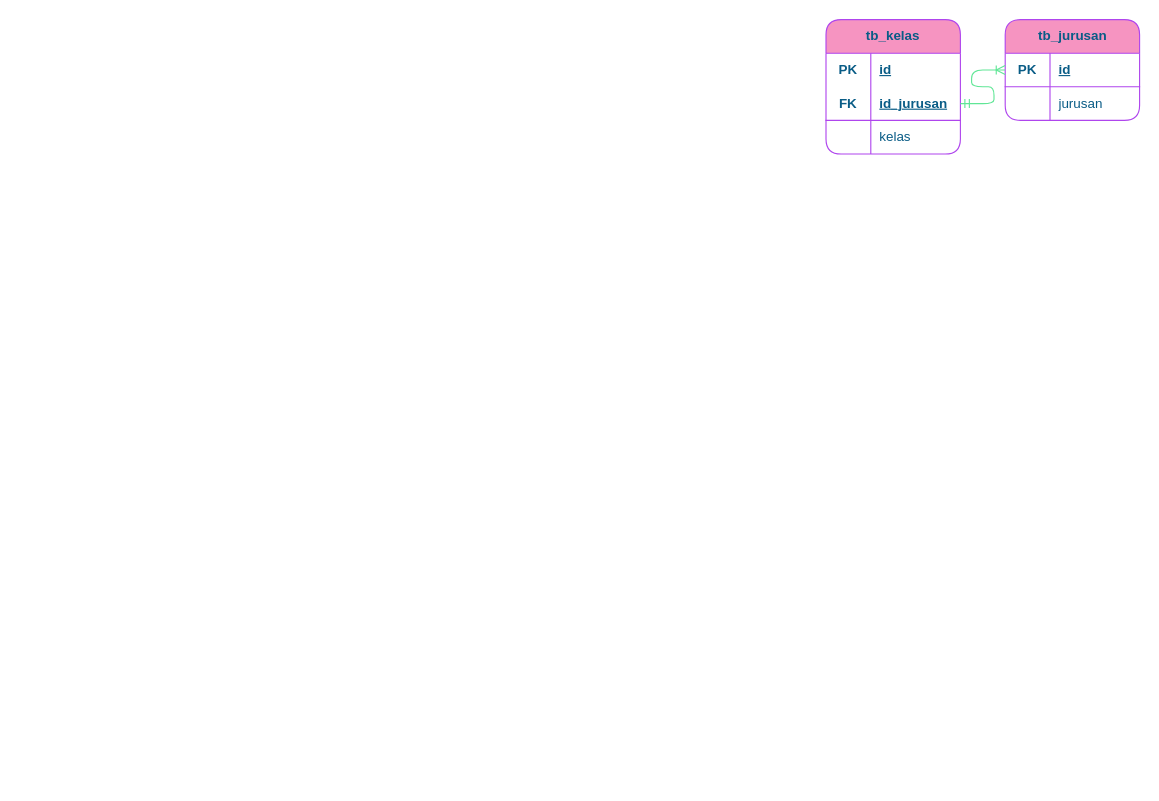
Earlier version of the draw.io diagram Untitled Diagram.drawio (ZulfikriYahya/zulfikriyahya.github.io). Source tidied: cells renumbered, new cells numbered last; positions are measured from the earlier drawing's top-left corner, leaving out a move shared by most shapes. Both pictures are drawn from the tidied source at 112%, with x=0, y=0 at pixel (825, 19).
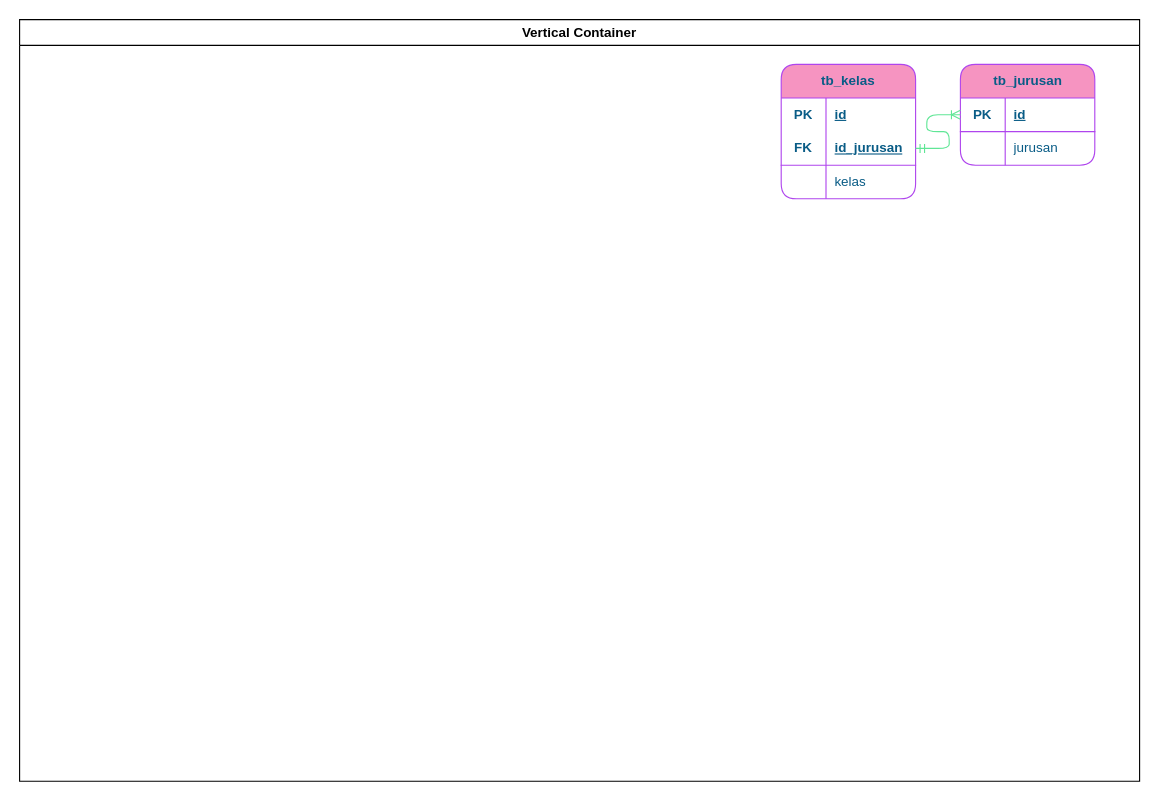
After the change.

Unchanged cells that the change refers to:
```xml
<mxCell id="3" style="shape=tableRow;horizontal=0;startSize=0;swimlaneHead=0;swimlaneBody=0;fillColor=none;points=[[0,0.5],[1,0.5]];portConstraint=eastwest;top=0;left=0;right=0;bottom=1;strokeColor=#AF45ED;fontColor=#095C86;rounded=1;" parent="2" vertex="1">
  <mxGeometry y="30" width="120" height="30" as="geometry" />
</mxCell>
<mxCell id="13" style="shape=tableRow;horizontal=0;startSize=0;swimlaneHead=0;swimlaneBody=0;fillColor=none;points=[[0,0.5],[1,0.5]];portConstraint=eastwest;top=0;left=0;right=0;bottom=1;html=1;rounded=1;strokeColor=#AF45ED;fontColor=#095C86;" parent="9" vertex="1">
  <mxGeometry y="60" width="120" height="30" as="geometry" />
</mxCell>
```

Diff of the diagram source:
```diff
@@
+    <mxCell id="20" value="Vertical Container" style="swimlane;whiteSpace=wrap;html=1;" parent="1" vertex="1">
+      <mxGeometry x="-720" width="1000" height="680" as="geometry" />
+    </mxCell>
-    <mxCell id="2" value="tb_jurusan" style="shape=table;startSize=30;childLayout=tableLayout;rowLines=0;fontStyle=1;align=center;html=1;strokeColor=#AF45ED;fontColor=#095C86;fillColor=#F694C1;rounded=1;" parent="1" vertex="1">
-      <mxGeometry x="160" width="120" height="90" as="geometry" />
+    <mxCell id="2" value="tb_jurusan" style="shape=table;startSize=30;childLayout=tableLayout;rowLines=0;fontStyle=1;align=center;html=1;strokeColor=#AF45ED;fontColor=#095C86;fillColor=#F694C1;rounded=1;" parent="20" vertex="1">
+      <mxGeometry x="840" y="40" width="120" height="90" as="geometry" />
     </mxCell>
@@
-    <mxCell id="9" value="tb_kelas" style="shape=table;startSize=30;childLayout=tableLayout;rowLines=0;fontStyle=1;align=center;html=1;whiteSpace=wrap;rounded=1;strokeColor=#AF45ED;fontColor=#095C86;fillColor=#F694C1;" parent="1" vertex="1">
-      <mxGeometry width="120" height="120" as="geometry" />
+    <mxCell id="9" value="tb_kelas" style="shape=table;startSize=30;childLayout=tableLayout;rowLines=0;fontStyle=1;align=center;html=1;whiteSpace=wrap;rounded=1;strokeColor=#AF45ED;fontColor=#095C86;fillColor=#F694C1;" parent="20" vertex="1">
+      <mxGeometry x="680" y="40" width="120" height="120" as="geometry" />
     </mxCell>
@@
-    <mxCell id="19" style="edgeStyle=entityRelationEdgeStyle;fontSize=12;html=1;endArrow=ERmandOne;startArrow=ERoneToMany;rounded=1;strokeColor=#60E696;fontColor=#095C86;fillColor=#F694C1;startFill=0;" parent="1" edge="1" source="3" target="13">
+    <mxCell id="19" style="edgeStyle=entityRelationEdgeStyle;fontSize=12;html=1;endArrow=ERmandOne;startArrow=ERoneToMany;rounded=1;strokeColor=#60E696;fontColor=#095C86;fillColor=#F694C1;startFill=0;" parent="20" edge="1" source="3" target="13">
       <mxGeometry relative="1" as="geometry" />
     </mxCell>
```
